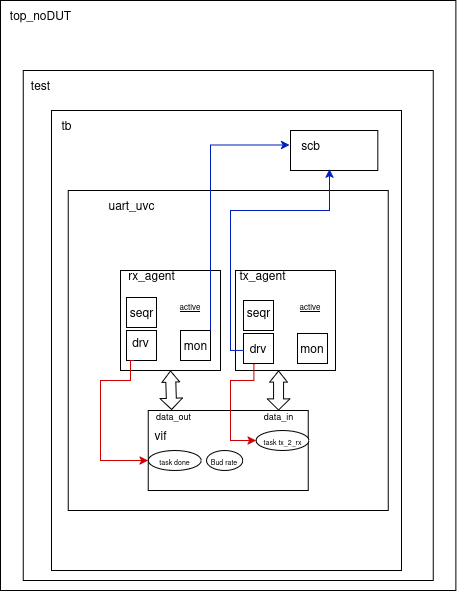
Earlier version of the draw.io export diagrams/uart_no_DUT.png (RedaM4/uart_wb_uvcs). Source tidied: cells renumbered, new cells last; positions are measured from the earlier drawing's top-left corner, leaving out a move shared by most shapes. The source it was exported from:
```xml
<mxGraphModel>
  <root>
    <mxCell id="0" />
    <mxCell id="1" parent="0" />
    <mxCell id="2" style="rounded=0;whiteSpace=wrap;html=1;" parent="1" vertex="1">
      <mxGeometry width="455.4" height="590" as="geometry" />
    </mxCell>
    <mxCell id="3" value="top_noDUT" style="text;html=1;align=center;verticalAlign=middle;strokeColor=none;fillColor=none;" parent="1" vertex="1">
      <mxGeometry width="80" height="30" as="geometry" />
    </mxCell>
    <mxCell id="4" style="rounded=0;whiteSpace=wrap;html=1;" parent="1" vertex="1">
      <mxGeometry x="22.7" y="70" width="410" height="510" as="geometry" />
    </mxCell>
    <mxCell id="5" value="test" style="text;html=1;align=center;verticalAlign=middle;strokeColor=none;fillColor=none;" parent="1" vertex="1">
      <mxGeometry x="20" y="70" width="40" height="30" as="geometry" />
    </mxCell>
    <mxCell id="6" style="rounded=0;whiteSpace=wrap;html=1;" parent="1" vertex="1">
      <mxGeometry x="51" y="110" width="350" height="460" as="geometry" />
    </mxCell>
    <mxCell id="7" value="tb" style="text;html=1;align=center;verticalAlign=middle;strokeColor=none;fillColor=none;" parent="1" vertex="1">
      <mxGeometry x="51" y="110" width="30" height="30" as="geometry" />
    </mxCell>
    <mxCell id="8" style="rounded=0;whiteSpace=wrap;html=1;" parent="1" vertex="1">
      <mxGeometry x="290" y="130" width="87.3" height="40" as="geometry" />
    </mxCell>
    <mxCell id="9" value="scb" style="text;html=1;align=center;verticalAlign=middle;points=[];strokeColor=none;fillColor=none;" parent="1" vertex="1">
      <mxGeometry x="290" y="130" width="40" height="30" as="geometry" />
    </mxCell>
    <mxCell id="10" style="whiteSpace=wrap;html=1;" parent="1" vertex="1">
      <mxGeometry x="67.7" y="190" width="320" height="320" as="geometry" />
    </mxCell>
    <mxCell id="11" value="uart_uvc" style="text;html=1;align=center;verticalAlign=middle;strokeColor=none;fillColor=none;" parent="1" vertex="1">
      <mxGeometry x="96" y="190" width="70" height="30" as="geometry" />
    </mxCell>
    <mxCell id="12" style="whiteSpace=wrap;html=1;" parent="1" vertex="1">
      <mxGeometry x="120" y="270" width="100" height="100" as="geometry" />
    </mxCell>
    <mxCell id="13" style="whiteSpace=wrap;html=1;" parent="1" vertex="1">
      <mxGeometry x="235" y="270" width="100" height="100" as="geometry" />
    </mxCell>
    <mxCell id="14" value="tx_agent" style="text;html=1;align=center;verticalAlign=middle;strokeColor=none;fillColor=none;" parent="1" vertex="1">
      <mxGeometry x="227" y="260" width="70" height="30" as="geometry" />
    </mxCell>
    <mxCell id="15" value="rx_agent" style="text;html=1;align=center;verticalAlign=middle;strokeColor=none;fillColor=none;" parent="1" vertex="1">
      <mxGeometry x="116" y="260" width="70" height="30" as="geometry" />
    </mxCell>
    <mxCell id="16" style="whiteSpace=wrap;html=1;" parent="1" vertex="1">
      <mxGeometry x="126" y="330" width="30" height="30" as="geometry" />
    </mxCell>
    <mxCell id="17" style="edgeStyle=orthogonalEdgeStyle;rounded=0;jettySize=auto;html=1;entryX=0;entryY=0.5;entryDx=0;entryDy=0;exitX=0.25;exitY=1;exitDx=0;exitDy=0;labelBackgroundColor=light-dark(#FFFFFF,#3333FF);fillColor=#a20025;strokeColor=#CC0000;" parent="1" edge="1" source="16" target="36">
      <mxGeometry relative="1" as="geometry">
        <Array as="points">
          <mxPoint x="130" y="360" />
          <mxPoint x="130" y="380" />
          <mxPoint x="100" y="380" />
          <mxPoint x="100" y="460" />
        </Array>
      </mxGeometry>
    </mxCell>
    <mxCell id="18" value="drv" style="text;html=1;align=center;verticalAlign=middle;strokeColor=none;fillColor=none;" parent="1" vertex="1">
      <mxGeometry x="120" y="327" width="40" height="30" as="geometry" />
    </mxCell>
    <mxCell id="19" style="whiteSpace=wrap;html=1;" parent="1" vertex="1">
      <mxGeometry x="126" y="297" width="30" height="30" as="geometry" />
    </mxCell>
    <mxCell id="20" style="whiteSpace=wrap;html=1;" parent="1" vertex="1">
      <mxGeometry x="180" y="330" width="30" height="30" as="geometry" />
    </mxCell>
    <mxCell id="21" value="drv" style="whiteSpace=wrap;html=1;" parent="1" vertex="1">
      <mxGeometry x="243" y="333" width="30" height="30" as="geometry" />
    </mxCell>
    <mxCell id="22" style="whiteSpace=wrap;html=1;" parent="1" vertex="1">
      <mxGeometry x="243" y="300" width="30" height="30" as="geometry" />
    </mxCell>
    <mxCell id="23" value="mon" style="whiteSpace=wrap;html=1;" parent="1" vertex="1">
      <mxGeometry x="297" y="333" width="30" height="30" as="geometry" />
    </mxCell>
    <mxCell id="24" value="mon" style="text;html=1;align=center;verticalAlign=middle;points=[];strokeColor=none;fillColor=none;" parent="1" vertex="1">
      <mxGeometry x="170" y="330" width="50" height="30" as="geometry" />
    </mxCell>
    <mxCell id="25" value="seqr" style="text;html=1;align=center;verticalAlign=middle;strokeColor=none;fillColor=none;" parent="1" vertex="1">
      <mxGeometry x="116" y="297" width="50" height="30" as="geometry" />
    </mxCell>
    <mxCell id="26" value="seqr" style="text;html=1;align=center;verticalAlign=middle;strokeColor=none;fillColor=none;" parent="1" vertex="1">
      <mxGeometry x="233" y="297" width="50" height="30" as="geometry" />
    </mxCell>
    <mxCell id="27" style="rounded=0;whiteSpace=wrap;html=1;" parent="1" vertex="1">
      <mxGeometry x="147.7" y="410" width="160" height="80" as="geometry" />
    </mxCell>
    <mxCell id="28" style="shape=flexArrow;endArrow=classic;startArrow=classic;html=1;rounded=0;entryX=0.5;entryY=1;entryDx=0;entryDy=0;exitX=0.147;exitY=-0.007;exitDx=0;exitDy=0;exitPerimeter=0;startWidth=11.6;startSize=3.38;endWidth=6.8;endSize=3.38;" parent="1" edge="1" source="27" target="12">
      <mxGeometry relative="1" as="geometry" />
    </mxCell>
    <mxCell id="29" style="shape=flexArrow;endArrow=classic;startArrow=classic;html=1;rounded=0;entryX=0.5;entryY=1;entryDx=0;entryDy=0;exitX=0.185;exitY=0.013;exitDx=0;exitDy=0;exitPerimeter=0;startWidth=11.6;startSize=3.38;endWidth=6.8;endSize=3.38;" parent="1" edge="1">
      <mxGeometry relative="1" as="geometry">
        <mxPoint x="278" y="410" as="sourcePoint" />
        <mxPoint x="278" y="370" as="targetPoint" />
      </mxGeometry>
    </mxCell>
    <mxCell id="30" value="&lt;font style=&quot;font-size: 8px;&quot;&gt;&lt;u&gt;active&lt;/u&gt;&lt;/font&gt;" style="text;html=1;align=center;verticalAlign=middle;whiteSpace=wrap;rounded=0;" parent="1" vertex="1">
      <mxGeometry x="160" y="290" width="60" height="30" as="geometry" />
    </mxCell>
    <mxCell id="31" value="&lt;font style=&quot;font-size: 8px;&quot;&gt;&lt;u&gt;active&lt;/u&gt;&lt;/font&gt;" style="text;html=1;align=center;verticalAlign=middle;whiteSpace=wrap;rounded=0;" parent="1" vertex="1">
      <mxGeometry x="280" y="290" width="60" height="30" as="geometry" />
    </mxCell>
    <mxCell id="32" value="&lt;font style=&quot;font-size: 9px;&quot;&gt;data_in&lt;/font&gt;" style="text;html=1;align=center;verticalAlign=middle;strokeColor=none;fillColor=none;" parent="1" vertex="1">
      <mxGeometry x="252.7" y="400" width="50" height="30" as="geometry" />
    </mxCell>
    <mxCell id="33" value="&lt;font style=&quot;font-size: 9px;&quot;&gt;data_out&lt;/font&gt;" style="text;html=1;align=center;verticalAlign=middle;strokeColor=none;fillColor=none;" parent="1" vertex="1">
      <mxGeometry x="142.7" y="400" width="60" height="30" as="geometry" />
    </mxCell>
    <mxCell id="34" value="vif" style="text;html=1;align=center;verticalAlign=middle;strokeColor=none;fillColor=none;" parent="1" vertex="1">
      <mxGeometry x="140" y="420" width="40" height="30" as="geometry" />
    </mxCell>
    <mxCell id="35" value="&lt;font style=&quot;font-size: 7px;&quot;&gt;task tx_2_rx&lt;/font&gt;" style="ellipse;whiteSpace=wrap;html=1;" parent="1" vertex="1">
      <mxGeometry x="255.5" y="430" width="53" height="20" as="geometry" />
    </mxCell>
    <mxCell id="36" value="&lt;font style=&quot;font-size: 7px;&quot;&gt;task done&lt;/font&gt;" style="ellipse;whiteSpace=wrap;html=1;" parent="1" vertex="1">
      <mxGeometry x="147.7" y="450" width="53" height="20" as="geometry" />
    </mxCell>
    <mxCell id="37" style="edgeStyle=orthogonalEdgeStyle;rounded=0;jettySize=auto;html=1;entryX=0;entryY=0.5;entryDx=0;entryDy=0;exitX=0.386;exitY=1.026;exitDx=0;exitDy=0;exitPerimeter=0;labelBackgroundColor=light-dark(#FFFFFF,#3333FF);fillColor=#a20025;strokeColor=#CC0000;" parent="1" edge="1" target="35">
      <mxGeometry relative="1" as="geometry">
        <mxPoint x="253.4" y="363.8" as="sourcePoint" />
        <Array as="points">
          <mxPoint x="253" y="380" />
          <mxPoint x="230" y="380" />
          <mxPoint x="230" y="440" />
        </Array>
      </mxGeometry>
    </mxCell>
    <mxCell id="38" style="edgeStyle=orthogonalEdgeStyle;rounded=0;jettySize=auto;html=1;entryX=-0.025;entryY=0.484;entryDx=0;entryDy=0;entryPerimeter=0;labelBackgroundColor=light-dark(#FFFFFF,#3333FF);fontColor=#0000FF;fillColor=#0050ef;strokeColor=#001DBC;" parent="1" edge="1" source="24" target="9">
      <mxGeometry relative="1" as="geometry">
        <Array as="points">
          <mxPoint x="210" y="145" />
        </Array>
      </mxGeometry>
    </mxCell>
    <mxCell id="39" style="edgeStyle=orthogonalEdgeStyle;rounded=0;jettySize=auto;html=1;entryX=0.447;entryY=0.965;entryDx=0;entryDy=0;entryPerimeter=0;exitX=0.003;exitY=0.563;exitDx=0;exitDy=0;exitPerimeter=0;labelBackgroundColor=light-dark(#FFFFFF,#3333FF);fontColor=#0000FF;fillColor=#0050ef;strokeColor=#001DBC;" parent="1" edge="1" source="21" target="8">
      <mxGeometry relative="1" as="geometry">
        <Array as="points">
          <mxPoint x="230" y="350" />
          <mxPoint x="230" y="210" />
          <mxPoint x="329" y="210" />
        </Array>
      </mxGeometry>
    </mxCell>
    <mxCell id="40" value="&lt;font style=&quot;font-size: 7px;&quot;&gt;Bud rate&lt;/font&gt;" style="ellipse;whiteSpace=wrap;html=1;" parent="1" vertex="1">
      <mxGeometry x="206" y="450" width="36.3" height="20" as="geometry" />
    </mxCell>
  </root>
</mxGraphModel>
```
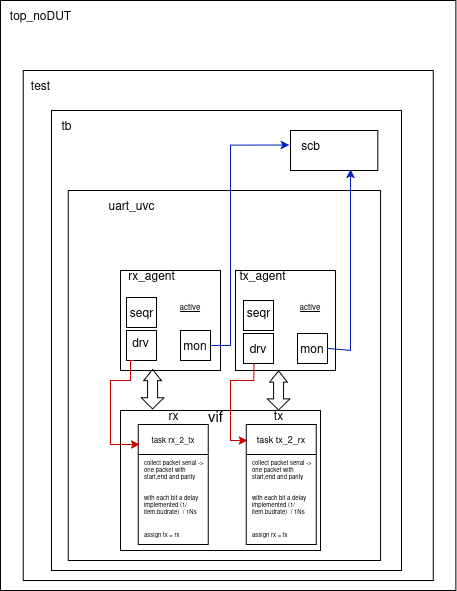
The same diagram one commit later.

Commit message:
filelist_runf_pkg_updateddiagram

What changed in the source:
```diff
@@ -27,7 +27,7 @@
       <mxGeometry x="290" y="130" width="40" height="30" as="geometry" />
     </mxCell>
     <mxCell id="10" style="whiteSpace=wrap;html=1;" parent="1" vertex="1">
-      <mxGeometry x="67.7" y="190" width="320" height="320" as="geometry" />
+      <mxGeometry x="67.7" y="190" width="312.3" height="370" as="geometry" />
     </mxCell>
     <mxCell id="11" value="uart_uvc" style="text;html=1;align=center;verticalAlign=middle;strokeColor=none;fillColor=none;" parent="1" vertex="1">
       <mxGeometry x="96" y="190" width="70" height="30" as="geometry" />
@@ -47,23 +47,13 @@
     <mxCell id="16" style="whiteSpace=wrap;html=1;" parent="1" vertex="1">
       <mxGeometry x="126" y="330" width="30" height="30" as="geometry" />
     </mxCell>
-    <mxCell id="17" style="edgeStyle=orthogonalEdgeStyle;rounded=0;jettySize=auto;html=1;entryX=0;entryY=0.5;entryDx=0;entryDy=0;exitX=0.25;exitY=1;exitDx=0;exitDy=0;labelBackgroundColor=light-dark(#FFFFFF,#3333FF);fillColor=#a20025;strokeColor=#CC0000;" parent="1" edge="1" source="16" target="36">
-      <mxGeometry relative="1" as="geometry">
-        <Array as="points">
-          <mxPoint x="130" y="360" />
-          <mxPoint x="130" y="380" />
-          <mxPoint x="100" y="380" />
-          <mxPoint x="100" y="460" />
-        </Array>
-      </mxGeometry>
-    </mxCell>
     <mxCell id="18" value="drv" style="text;html=1;align=center;verticalAlign=middle;strokeColor=none;fillColor=none;" parent="1" vertex="1">
       <mxGeometry x="120" y="327" width="40" height="30" as="geometry" />
     </mxCell>
     <mxCell id="19" style="whiteSpace=wrap;html=1;" parent="1" vertex="1">
       <mxGeometry x="126" y="297" width="30" height="30" as="geometry" />
     </mxCell>
-    <mxCell id="20" style="whiteSpace=wrap;html=1;" parent="1" vertex="1">
+    <mxCell id="20" value="mon" style="whiteSpace=wrap;html=1;" parent="1" vertex="1">
       <mxGeometry x="180" y="330" width="30" height="30" as="geometry" />
     </mxCell>
     <mxCell id="21" value="drv" style="whiteSpace=wrap;html=1;" parent="1" vertex="1">
@@ -75,9 +65,6 @@
     <mxCell id="23" value="mon" style="whiteSpace=wrap;html=1;" parent="1" vertex="1">
       <mxGeometry x="297" y="333" width="30" height="30" as="geometry" />
     </mxCell>
-    <mxCell id="24" value="mon" style="text;html=1;align=center;verticalAlign=middle;points=[];strokeColor=none;fillColor=none;" parent="1" vertex="1">
-      <mxGeometry x="170" y="330" width="50" height="30" as="geometry" />
-    </mxCell>
     <mxCell id="25" value="seqr" style="text;html=1;align=center;verticalAlign=middle;strokeColor=none;fillColor=none;" parent="1" vertex="1">
       <mxGeometry x="116" y="297" width="50" height="30" as="geometry" />
     </mxCell>
@@ -85,10 +72,12 @@
       <mxGeometry x="233" y="297" width="50" height="30" as="geometry" />
     </mxCell>
     <mxCell id="27" style="rounded=0;whiteSpace=wrap;html=1;" parent="1" vertex="1">
-      <mxGeometry x="147.7" y="410" width="160" height="80" as="geometry" />
+      <mxGeometry x="120" y="410" width="200" height="140" as="geometry" />
     </mxCell>
-    <mxCell id="28" style="shape=flexArrow;endArrow=classic;startArrow=classic;html=1;rounded=0;entryX=0.5;entryY=1;entryDx=0;entryDy=0;exitX=0.147;exitY=-0.007;exitDx=0;exitDy=0;exitPerimeter=0;startWidth=11.6;startSize=3.38;endWidth=6.8;endSize=3.38;" parent="1" edge="1" source="27" target="12">
-      <mxGeometry relative="1" as="geometry" />
+    <mxCell id="28" style="shape=flexArrow;endArrow=classic;startArrow=classic;html=1;rounded=0;entryX=0.321;entryY=0.986;entryDx=0;entryDy=0;startWidth=11.6;startSize=3.38;endWidth=6.8;endSize=3.38;entryPerimeter=0;" parent="1" edge="1" target="12">
+      <mxGeometry relative="1" as="geometry">
+        <mxPoint x="152" y="409" as="sourcePoint" />
+      </mxGeometry>
     </mxCell>
     <mxCell id="29" style="shape=flexArrow;endArrow=classic;startArrow=classic;html=1;rounded=0;entryX=0.5;entryY=1;entryDx=0;entryDy=0;exitX=0.185;exitY=0.013;exitDx=0;exitDy=0;exitPerimeter=0;startWidth=11.6;startSize=3.38;endWidth=6.8;endSize=3.38;" parent="1" edge="1">
       <mxGeometry relative="1" as="geometry">
@@ -102,22 +91,16 @@
     <mxCell id="31" value="&lt;font style=&quot;font-size: 8px;&quot;&gt;&lt;u&gt;active&lt;/u&gt;&lt;/font&gt;" style="text;html=1;align=center;verticalAlign=middle;whiteSpace=wrap;rounded=0;" parent="1" vertex="1">
       <mxGeometry x="280" y="290" width="60" height="30" as="geometry" />
     </mxCell>
-    <mxCell id="32" value="&lt;font style=&quot;font-size: 9px;&quot;&gt;data_in&lt;/font&gt;" style="text;html=1;align=center;verticalAlign=middle;strokeColor=none;fillColor=none;" parent="1" vertex="1">
-      <mxGeometry x="252.7" y="400" width="50" height="30" as="geometry" />
+    <mxCell id="32" value="tx" style="text;html=1;align=center;verticalAlign=middle;strokeColor=none;fillColor=none;" parent="1" vertex="1">
+      <mxGeometry x="262.7" y="400" width="30" height="30" as="geometry" />
     </mxCell>
-    <mxCell id="33" value="&lt;font style=&quot;font-size: 9px;&quot;&gt;data_out&lt;/font&gt;" style="text;html=1;align=center;verticalAlign=middle;strokeColor=none;fillColor=none;" parent="1" vertex="1">
-      <mxGeometry x="142.7" y="400" width="60" height="30" as="geometry" />
+    <mxCell id="33" value="rx" style="text;html=1;align=center;verticalAlign=middle;strokeColor=none;fillColor=none;" parent="1" vertex="1">
+      <mxGeometry x="157.7" y="400" width="30" height="30" as="geometry" />
     </mxCell>
-    <mxCell id="34" value="vif" style="text;html=1;align=center;verticalAlign=middle;strokeColor=none;fillColor=none;" parent="1" vertex="1">
-      <mxGeometry x="140" y="420" width="40" height="30" as="geometry" />
+    <mxCell id="34" value="vif " style="text;html=1;align=center;verticalAlign=middle;strokeColor=none;fillColor=none;fontSize=15;" parent="1" vertex="1">
+      <mxGeometry x="195" y="400" width="40" height="30" as="geometry" />
     </mxCell>
-    <mxCell id="35" value="&lt;font style=&quot;font-size: 7px;&quot;&gt;task tx_2_rx&lt;/font&gt;" style="ellipse;whiteSpace=wrap;html=1;" parent="1" vertex="1">
-      <mxGeometry x="255.5" y="430" width="53" height="20" as="geometry" />
-    </mxCell>
-    <mxCell id="36" value="&lt;font style=&quot;font-size: 7px;&quot;&gt;task done&lt;/font&gt;" style="ellipse;whiteSpace=wrap;html=1;" parent="1" vertex="1">
-      <mxGeometry x="147.7" y="450" width="53" height="20" as="geometry" />
-    </mxCell>
-    <mxCell id="37" style="edgeStyle=orthogonalEdgeStyle;rounded=0;jettySize=auto;html=1;entryX=0;entryY=0.5;entryDx=0;entryDy=0;exitX=0.386;exitY=1.026;exitDx=0;exitDy=0;exitPerimeter=0;labelBackgroundColor=light-dark(#FFFFFF,#3333FF);fillColor=#a20025;strokeColor=#CC0000;" parent="1" edge="1" target="35">
+    <mxCell id="37" style="edgeStyle=orthogonalEdgeStyle;rounded=0;jettySize=auto;html=1;entryX=0.017;entryY=0.133;entryDx=0;entryDy=0;exitX=0.386;exitY=1.026;exitDx=0;exitDy=0;exitPerimeter=0;labelBackgroundColor=light-dark(#FFFFFF,#3333FF);fillColor=#a20025;strokeColor=#CC0000;entryPerimeter=0;" parent="1" edge="1" target="35">
       <mxGeometry relative="1" as="geometry">
         <mxPoint x="253.4" y="363.8" as="sourcePoint" />
         <Array as="points">
@@ -127,24 +110,57 @@
         </Array>
       </mxGeometry>
     </mxCell>
-    <mxCell id="38" style="edgeStyle=orthogonalEdgeStyle;rounded=0;jettySize=auto;html=1;entryX=-0.025;entryY=0.484;entryDx=0;entryDy=0;entryPerimeter=0;labelBackgroundColor=light-dark(#FFFFFF,#3333FF);fontColor=#0000FF;fillColor=#0050ef;strokeColor=#001DBC;" parent="1" edge="1" source="24" target="9">
+    <mxCell id="38" style="edgeStyle=orthogonalEdgeStyle;rounded=0;jettySize=auto;html=1;entryX=-0.025;entryY=0.484;entryDx=0;entryDy=0;entryPerimeter=0;labelBackgroundColor=light-dark(#FFFFFF,#3333FF);fontColor=#0000FF;fillColor=#0050ef;strokeColor=#001DBC;exitX=1;exitY=0.5;exitDx=0;exitDy=0;" parent="1" edge="1" source="20" target="9">
       <mxGeometry relative="1" as="geometry">
         <Array as="points">
-          <mxPoint x="210" y="145" />
+          <mxPoint x="230" y="345" />
+          <mxPoint x="230" y="145" />
         </Array>
       </mxGeometry>
     </mxCell>
-    <mxCell id="39" style="edgeStyle=orthogonalEdgeStyle;rounded=0;jettySize=auto;html=1;entryX=0.447;entryY=0.965;entryDx=0;entryDy=0;entryPerimeter=0;exitX=0.003;exitY=0.563;exitDx=0;exitDy=0;exitPerimeter=0;labelBackgroundColor=light-dark(#FFFFFF,#3333FF);fontColor=#0000FF;fillColor=#0050ef;strokeColor=#001DBC;" parent="1" edge="1" source="21" target="8">
+    <mxCell id="39" style="edgeStyle=orthogonalEdgeStyle;rounded=0;jettySize=auto;html=1;exitX=1;exitY=0.5;exitDx=0;exitDy=0;labelBackgroundColor=light-dark(#FFFFFF,#3333FF);fontColor=#0000FF;fillColor=#0050ef;strokeColor=#001DBC;" parent="1" edge="1" source="23">
       <mxGeometry relative="1" as="geometry">
+        <mxPoint x="350" y="170" as="targetPoint" />
         <Array as="points">
-          <mxPoint x="230" y="350" />
-          <mxPoint x="230" y="210" />
-          <mxPoint x="329" y="210" />
+          <mxPoint x="327" y="350" />
+          <mxPoint x="350" y="350" />
+          <mxPoint x="350" y="169" />
         </Array>
       </mxGeometry>
     </mxCell>
-    <mxCell id="40" value="&lt;font style=&quot;font-size: 7px;&quot;&gt;Bud rate&lt;/font&gt;" style="ellipse;whiteSpace=wrap;html=1;" parent="1" vertex="1">
-      <mxGeometry x="206" y="450" width="36.3" height="20" as="geometry" />
-    </mxCell>
+    <mxCell id="35" value="&lt;font&gt;task tx_2_rx&lt;/font&gt;" style="swimlane;fontStyle=0;horizontal=1;startSize=30;whiteSpace=wrap;html=1;fontSize=9;" parent="1" vertex="1">
+      <mxGeometry x="245.7" y="424" width="70" height="120" as="geometry" />
+    </mxCell>
+    <mxCell id="41" value="&lt;font&gt;collect packet serial -&amp;gt; one packet with&amp;nbsp; start,end and parity&lt;br&gt;&lt;/font&gt;" style="text;strokeColor=none;fillColor=none;align=left;verticalAlign=middle;spacingLeft=4;spacingRight=4;overflow=hidden;whiteSpace=wrap;html=1;fontSize=6;" parent="35" vertex="1">
+      <mxGeometry y="30" width="70" height="30" as="geometry" />
+    </mxCell>
+    <mxCell id="42" value="with each bit a delay implemented (1/item.budrate)&amp;nbsp; / 1Ns" style="text;strokeColor=none;fillColor=none;align=left;verticalAlign=middle;spacingLeft=4;spacingRight=4;overflow=hidden;whiteSpace=wrap;html=1;fontSize=6;" parent="35" vertex="1">
+      <mxGeometry y="60" width="70" height="40" as="geometry" />
+    </mxCell>
+    <mxCell id="43" value="assign rx = tx" style="text;strokeColor=none;fillColor=none;align=left;verticalAlign=middle;spacingLeft=4;spacingRight=4;overflow=hidden;whiteSpace=wrap;html=1;fontSize=6;" parent="35" vertex="1">
+      <mxGeometry y="100" width="70" height="20" as="geometry" />
+    </mxCell>
+    <mxCell id="44" value="&lt;font&gt;task rx_2_tx&lt;/font&gt;" style="swimlane;fontStyle=0;horizontal=1;startSize=30;whiteSpace=wrap;html=1;fontSize=8;" parent="1" vertex="1">
+      <mxGeometry x="137.7" y="424" width="70" height="120" as="geometry" />
+    </mxCell>
+    <mxCell id="45" value="&lt;font&gt;collect packet serial -&amp;gt; one packet with&amp;nbsp; start,end and parity&lt;br&gt;&lt;/font&gt;&lt;font&gt;&lt;/font&gt;" style="text;strokeColor=none;fillColor=none;align=left;verticalAlign=middle;spacingLeft=4;spacingRight=4;overflow=hidden;whiteSpace=wrap;html=1;fontSize=6;" parent="44" vertex="1">
+      <mxGeometry y="30" width="70" height="30" as="geometry" />
+    </mxCell>
+    <mxCell id="46" value="with each bit a delay implemented (1/item.budrate)&amp;nbsp; / 1Ns" style="text;strokeColor=none;fillColor=none;align=left;verticalAlign=middle;spacingLeft=4;spacingRight=4;overflow=hidden;whiteSpace=wrap;html=1;fontSize=6;" parent="44" vertex="1">
+      <mxGeometry y="60" width="70" height="40" as="geometry" />
+    </mxCell>
+    <mxCell id="47" value="assign tx = rx" style="text;strokeColor=none;fillColor=none;align=left;verticalAlign=middle;spacingLeft=4;spacingRight=4;overflow=hidden;whiteSpace=wrap;html=1;fontSize=6;" parent="44" vertex="1">
+      <mxGeometry y="100" width="70" height="20" as="geometry" />
+    </mxCell>
+    <mxCell id="17" style="edgeStyle=orthogonalEdgeStyle;rounded=0;jettySize=auto;html=1;exitX=0.25;exitY=1;exitDx=0;exitDy=0;labelBackgroundColor=light-dark(#FFFFFF,#3333FF);fillColor=#a20025;strokeColor=#CC0000;entryX=0.019;entryY=0.167;entryDx=0;entryDy=0;entryPerimeter=0;" parent="1" edge="1" source="16" target="44">
+      <mxGeometry relative="1" as="geometry">
+        <Array as="points">
+          <mxPoint x="130" y="360" />
+          <mxPoint x="130" y="380" />
+          <mxPoint x="110" y="380" />
+          <mxPoint x="110" y="444" />
+        </Array>
+      </mxGeometry>
+    </mxCell>
   </root>
 </mxGraphModel>
```
